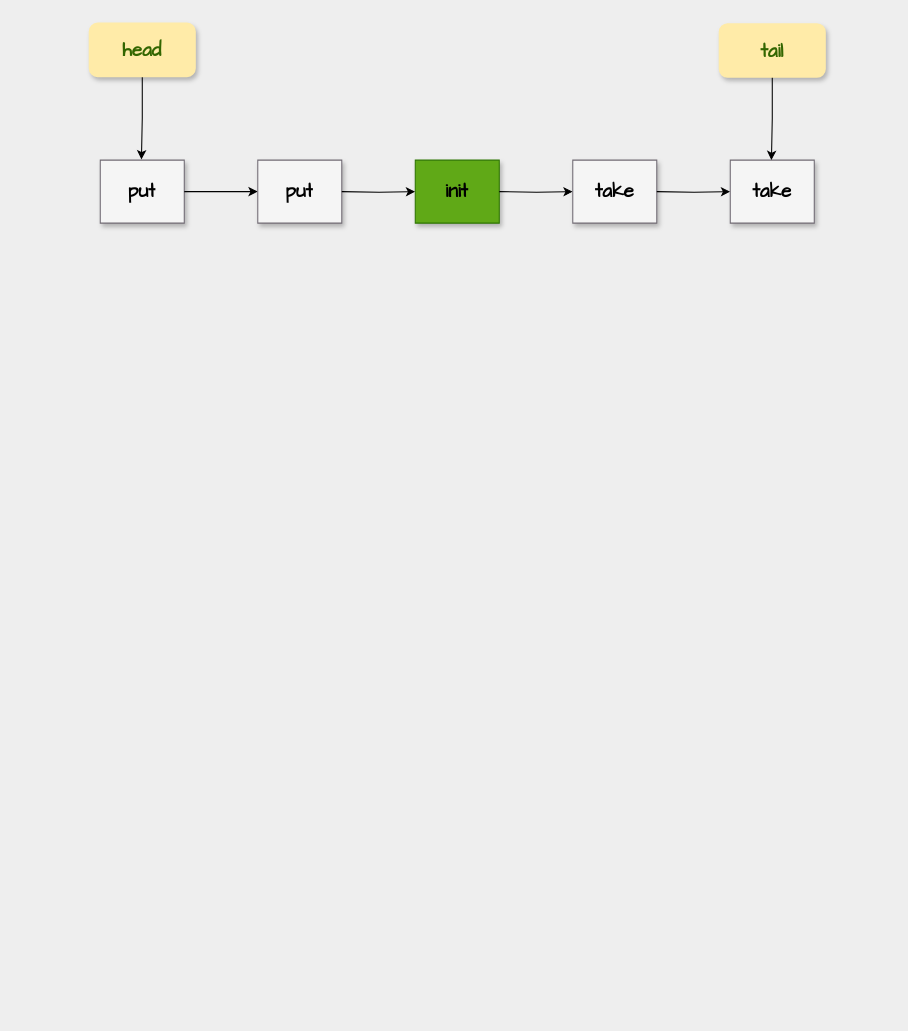
mydlxy/draw keeps this draw.io diagram as page "TransfererQueue-transfer-queue" (7 of 9) of thread/SynchronousQueue.drawio. Above is the earlier version. Source tidied: cells renumbered, new cells numbered last; positions are measured from the earlier drawing's top-left corner, leaving out a move shared by most shapes. Both pictures are drawn from the tidied source at 105%, with x=0, y=0 at pixel (89, 23).
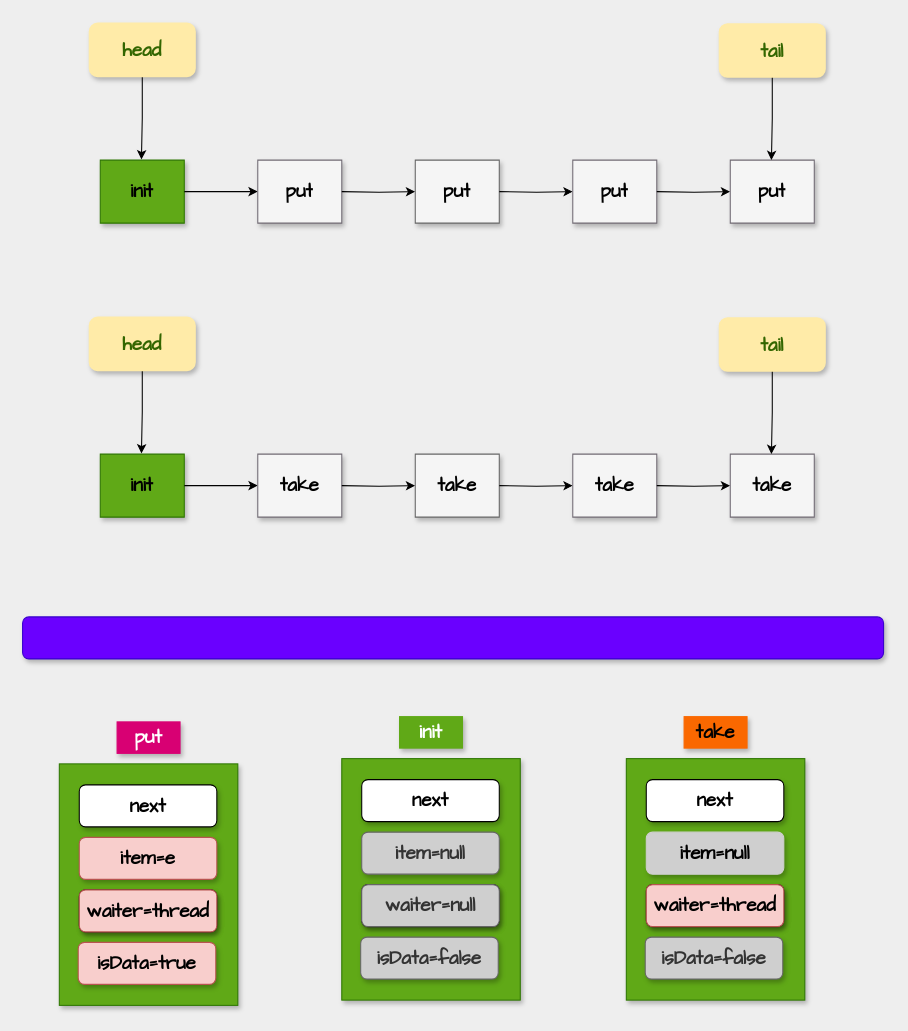
After the change.

The change refers to these unchanged cells:
```xml
<mxCell id="3" style="shape=tableRow;horizontal=0;startSize=0;swimlaneHead=0;swimlaneBody=0;top=0;left=0;bottom=0;right=0;fillColor=none;points=[[0,0.5],[1,0.5]];portConstraint=eastwest;strokeColor=#82B366;fontFamily=Comic Sans MS;fontSize=18;" parent="2" vertex="1">
  <mxGeometry width="80" height="60" as="geometry" />
</mxCell>
<mxCell id="11" style="shape=tableRow;horizontal=0;startSize=0;swimlaneHead=0;swimlaneBody=0;top=0;left=0;bottom=0;right=0;fillColor=none;points=[[0,0.5],[1,0.5]];portConstraint=eastwest;strokeColor=#82B366;fontFamily=Comic Sans MS;fontSize=18;" parent="10" vertex="1">
  <mxGeometry width="80" height="60" as="geometry" />
</mxCell>
<mxCell id="15" style="shape=tableRow;horizontal=0;startSize=0;swimlaneHead=0;swimlaneBody=0;top=0;left=0;bottom=0;right=0;fillColor=none;points=[[0,0.5],[1,0.5]];portConstraint=eastwest;strokeColor=#82B366;fontFamily=Comic Sans MS;fontSize=18;" parent="14" vertex="1">
  <mxGeometry width="80" height="60" as="geometry" />
</mxCell>
<mxCell id="19" style="shape=tableRow;horizontal=0;startSize=0;swimlaneHead=0;swimlaneBody=0;top=0;left=0;bottom=0;right=0;fillColor=none;points=[[0,0.5],[1,0.5]];portConstraint=eastwest;strokeColor=#82B366;fontFamily=Comic Sans MS;fontSize=18;" parent="18" vertex="1">
  <mxGeometry width="80" height="60" as="geometry" />
</mxCell>
```

What changed in the source:
```diff
@@
-    <mxCell id="2" style="shape=table;startSize=0;childLayout=tableLayout;strokeColor=#706A73;fontFamily=Comic Sans MS;fontSize=18;fillColor=#F5F5F5;shadow=1;fontColor=#333333;" parent="1" vertex="1">
+    <mxCell id="2" style="shape=table;startSize=0;childLayout=tableLayout;strokeColor=#2D7600;fontFamily=Comic Sans MS;fontSize=18;fillColor=#60a917;shadow=1;fontColor=#ffffff;" parent="1" vertex="1">
       <mxGeometry x="10" y="130" width="80" height="60" as="geometry" />
     </mxCell>
@@
-    <mxCell id="4" value="&lt;b&gt;put&lt;/b&gt;" style="shape=partialRectangle;html=1;whiteSpace=wrap;overflow=hidden;fillColor=none;top=0;left=0;bottom=0;right=0;strokeColor=#82B366;fontFamily=Comic Sans MS;fontSize=18;shadow=1;" parent="3" vertex="1">
+    <mxCell id="4" value="&lt;b&gt;init&lt;/b&gt;" style="shape=partialRectangle;html=1;whiteSpace=wrap;overflow=hidden;fillColor=none;top=0;left=0;bottom=0;right=0;strokeColor=#82B366;fontFamily=Comic Sans MS;fontSize=18;shadow=1;" parent="3" vertex="1">
       <mxGeometry width="80" height="60" as="geometry" />
     </mxCell>
@@
-    <mxCell id="10" style="shape=table;startSize=0;childLayout=tableLayout;strokeColor=#2D7600;fontFamily=Comic Sans MS;fontSize=18;fillColor=#60a917;shadow=1;fontColor=#ffffff;" parent="1" vertex="1">
+    <mxCell id="10" style="shape=table;startSize=0;childLayout=tableLayout;strokeColor=#666666;fontFamily=Comic Sans MS;fontSize=18;fillColor=#f5f5f5;shadow=1;fontColor=#333333;" parent="1" vertex="1">
       <mxGeometry x="310" y="130" width="80" height="60" as="geometry" />
     </mxCell>
@@
-    <mxCell id="12" value="&lt;b&gt;init&lt;/b&gt;" style="shape=partialRectangle;html=1;whiteSpace=wrap;overflow=hidden;fillColor=none;top=0;left=0;bottom=0;right=0;strokeColor=#82B366;fontFamily=Comic Sans MS;fontSize=18;shadow=1;" parent="11" vertex="1">
+    <mxCell id="12" value="&lt;b&gt;put&lt;/b&gt;" style="shape=partialRectangle;html=1;whiteSpace=wrap;overflow=hidden;fillColor=none;top=0;left=0;bottom=0;right=0;strokeColor=#82B366;fontFamily=Comic Sans MS;fontSize=18;shadow=1;" parent="11" vertex="1">
       <mxGeometry width="80" height="60" as="geometry" />
     </mxCell>
@@
-    <mxCell id="16" value="&lt;b&gt;take&lt;/b&gt;" style="shape=partialRectangle;html=1;whiteSpace=wrap;overflow=hidden;fillColor=none;top=0;left=0;bottom=0;right=0;strokeColor=#82B366;fontFamily=Comic Sans MS;fontSize=18;shadow=1;" parent="15" vertex="1">
+    <mxCell id="16" value="&lt;b&gt;put&lt;/b&gt;" style="shape=partialRectangle;html=1;whiteSpace=wrap;overflow=hidden;fillColor=none;top=0;left=0;bottom=0;right=0;strokeColor=#82B366;fontFamily=Comic Sans MS;fontSize=18;shadow=1;" parent="15" vertex="1">
       <mxGeometry width="80" height="60" as="geometry" />
     </mxCell>
@@
-    <mxCell id="20" value="&lt;b&gt;take&lt;/b&gt;" style="shape=partialRectangle;html=1;whiteSpace=wrap;overflow=hidden;fillColor=none;top=0;left=0;bottom=0;right=0;strokeColor=#82B366;fontFamily=Comic Sans MS;fontSize=18;shadow=1;" parent="19" vertex="1">
+    <mxCell id="20" value="&lt;b&gt;put&lt;/b&gt;" style="shape=partialRectangle;html=1;whiteSpace=wrap;overflow=hidden;fillColor=none;top=0;left=0;bottom=0;right=0;strokeColor=#82B366;fontFamily=Comic Sans MS;fontSize=18;shadow=1;" parent="19" vertex="1">
       <mxGeometry width="80" height="60" as="geometry" />
     </mxCell>
@@
+    <mxCell id="25" style="shape=table;startSize=0;childLayout=tableLayout;strokeColor=#2D7600;fontFamily=Comic Sans MS;fontSize=18;fillColor=#60a917;shadow=1;fontColor=#ffffff;" parent="1" vertex="1">
+      <mxGeometry x="10" y="410" width="80" height="60" as="geometry" />
+    </mxCell>
+    <mxCell id="26" style="shape=tableRow;horizontal=0;startSize=0;swimlaneHead=0;swimlaneBody=0;top=0;left=0;bottom=0;right=0;fillColor=none;points=[[0,0.5],[1,0.5]];portConstraint=eastwest;strokeColor=#82B366;fontFamily=Comic Sans MS;fontSize=18;" parent="25" vertex="1">
+      <mxGeometry width="80" height="60" as="geometry" />
+    </mxCell>
+    <mxCell id="27" value="&lt;b&gt;init&lt;/b&gt;" style="shape=partialRectangle;html=1;whiteSpace=wrap;overflow=hidden;fillColor=none;top=0;left=0;bottom=0;right=0;strokeColor=#82B366;fontFamily=Comic Sans MS;fontSize=18;shadow=1;" parent="26" vertex="1">
+      <mxGeometry width="80" height="60" as="geometry" />
+    </mxCell>
+    <mxCell id="28" style="edgeStyle=orthogonalEdgeStyle;rounded=0;jettySize=auto;html=1;fontFamily=Comic Sans MS;fontSize=18;entryX=0;entryY=0.5;entryDx=0;entryDy=0;" parent="1" edge="1" source="26" target="30">
+      <mxGeometry relative="1" as="geometry" />
+    </mxCell>
+    <mxCell id="29" style="shape=table;startSize=0;childLayout=tableLayout;strokeColor=#706A73;fontFamily=Comic Sans MS;fontSize=18;fillColor=#F5F5F5;shadow=1;fontColor=#333333;" parent="1" vertex="1">
+      <mxGeometry x="160" y="410" width="80" height="60" as="geometry" />
+    </mxCell>
+    <mxCell id="30" style="shape=tableRow;horizontal=0;startSize=0;swimlaneHead=0;swimlaneBody=0;top=0;left=0;bottom=0;right=0;fillColor=none;points=[[0,0.5],[1,0.5]];portConstraint=eastwest;strokeColor=#82B366;fontFamily=Comic Sans MS;fontSize=18;" parent="29" vertex="1">
+      <mxGeometry width="80" height="60" as="geometry" />
+    </mxCell>
+    <mxCell id="31" value="&lt;b&gt;take&lt;/b&gt;" style="shape=partialRectangle;html=1;whiteSpace=wrap;overflow=hidden;fillColor=none;top=0;left=0;bottom=0;right=0;strokeColor=#82B366;fontFamily=Comic Sans MS;fontSize=18;shadow=1;" parent="30" vertex="1">
+      <mxGeometry width="80" height="60" as="geometry" />
+    </mxCell>
+    <mxCell id="32" style="edgeStyle=orthogonalEdgeStyle;rounded=0;jettySize=auto;html=1;fontFamily=Comic Sans MS;fontSize=18;entryX=0;entryY=0.5;entryDx=0;entryDy=0;" parent="1" edge="1" target="34">
+      <mxGeometry relative="1" as="geometry">
+        <mxPoint x="240" y="440" as="sourcePoint" />
+      </mxGeometry>
+    </mxCell>
+    <mxCell id="33" style="shape=table;startSize=0;childLayout=tableLayout;strokeColor=#666666;fontFamily=Comic Sans MS;fontSize=18;fillColor=#f5f5f5;shadow=1;fontColor=#333333;" parent="1" vertex="1">
+      <mxGeometry x="310" y="410" width="80" height="60" as="geometry" />
+    </mxCell>
+    <mxCell id="34" style="shape=tableRow;horizontal=0;startSize=0;swimlaneHead=0;swimlaneBody=0;top=0;left=0;bottom=0;right=0;fillColor=none;points=[[0,0.5],[1,0.5]];portConstraint=eastwest;strokeColor=#82B366;fontFamily=Comic Sans MS;fontSize=18;" parent="33" vertex="1">
+      <mxGeometry width="80" height="60" as="geometry" />
+    </mxCell>
+    <mxCell id="35" value="&lt;b&gt;take&lt;/b&gt;" style="shape=partialRectangle;html=1;whiteSpace=wrap;overflow=hidden;fillColor=none;top=0;left=0;bottom=0;right=0;strokeColor=#82B366;fontFamily=Comic Sans MS;fontSize=18;shadow=1;" parent="34" vertex="1">
+      <mxGeometry width="80" height="60" as="geometry" />
+    </mxCell>
+    <mxCell id="36" style="edgeStyle=orthogonalEdgeStyle;rounded=0;jettySize=auto;html=1;fontFamily=Comic Sans MS;fontSize=18;entryX=0;entryY=0.5;entryDx=0;entryDy=0;" parent="1" edge="1" target="38">
+      <mxGeometry relative="1" as="geometry">
+        <mxPoint x="390" y="440" as="sourcePoint" />
+      </mxGeometry>
+    </mxCell>
+    <mxCell id="37" style="shape=table;startSize=0;childLayout=tableLayout;strokeColor=#706A73;fontFamily=Comic Sans MS;fontSize=18;fillColor=#F5F5F5;shadow=1;fontColor=#333333;" parent="1" vertex="1">
+      <mxGeometry x="460" y="410" width="80" height="60" as="geometry" />
+    </mxCell>
+    <mxCell id="38" style="shape=tableRow;horizontal=0;startSize=0;swimlaneHead=0;swimlaneBody=0;top=0;left=0;bottom=0;right=0;fillColor=none;points=[[0,0.5],[1,0.5]];portConstraint=eastwest;strokeColor=#82B366;fontFamily=Comic Sans MS;fontSize=18;" parent="37" vertex="1">
+      <mxGeometry width="80" height="60" as="geometry" />
+    </mxCell>
+    <mxCell id="39" value="&lt;b&gt;take&lt;/b&gt;" style="shape=partialRectangle;html=1;whiteSpace=wrap;overflow=hidden;fillColor=none;top=0;left=0;bottom=0;right=0;strokeColor=#82B366;fontFamily=Comic Sans MS;fontSize=18;shadow=1;" parent="38" vertex="1">
+      <mxGeometry width="80" height="60" as="geometry" />
+    </mxCell>
+    <mxCell id="40" style="edgeStyle=orthogonalEdgeStyle;rounded=0;jettySize=auto;html=1;fontFamily=Comic Sans MS;fontSize=18;entryX=0;entryY=0.5;entryDx=0;entryDy=0;" parent="1" edge="1" target="42">
+      <mxGeometry relative="1" as="geometry">
+        <mxPoint x="540" y="440" as="sourcePoint" />
+      </mxGeometry>
+    </mxCell>
+    <mxCell id="41" style="shape=table;startSize=0;childLayout=tableLayout;strokeColor=#706A73;fontFamily=Comic Sans MS;fontSize=18;fillColor=#F5F5F5;shadow=1;fontColor=#333333;" parent="1" vertex="1">
+      <mxGeometry x="610" y="410" width="80" height="60" as="geometry" />
+    </mxCell>
+    <mxCell id="42" style="shape=tableRow;horizontal=0;startSize=0;swimlaneHead=0;swimlaneBody=0;top=0;left=0;bottom=0;right=0;fillColor=none;points=[[0,0.5],[1,0.5]];portConstraint=eastwest;strokeColor=#82B366;fontFamily=Comic Sans MS;fontSize=18;" parent="41" vertex="1">
+      <mxGeometry width="80" height="60" as="geometry" />
+    </mxCell>
+    <mxCell id="43" value="&lt;b&gt;take&lt;/b&gt;" style="shape=partialRectangle;html=1;whiteSpace=wrap;overflow=hidden;fillColor=none;top=0;left=0;bottom=0;right=0;strokeColor=#82B366;fontFamily=Comic Sans MS;fontSize=18;shadow=1;" parent="42" vertex="1">
+      <mxGeometry width="80" height="60" as="geometry" />
+    </mxCell>
+    <mxCell id="44" style="edgeStyle=orthogonalEdgeStyle;rounded=0;jettySize=auto;html=1;entryX=0.49;entryY=-0.01;entryDx=0;entryDy=0;entryPerimeter=0;fontFamily=Comic Sans MS;fontSize=18;" parent="1" edge="1" source="45" target="26">
+      <mxGeometry relative="1" as="geometry" />
+    </mxCell>
+    <mxCell id="45" value="&lt;font color=&quot;#336600&quot;&gt;&lt;b&gt;head&lt;/b&gt;&lt;/font&gt;" style="text;html=1;strokeColor=#FFEBA8;fillColor=#FFEBA8;align=center;verticalAlign=middle;whiteSpace=wrap;rounded=1;shadow=1;strokeWidth=2;fontFamily=Comic Sans MS;fontSize=18;fontColor=#ffffff;" parent="1" vertex="1">
+      <mxGeometry y="280" width="100" height="50" as="geometry" />
+    </mxCell>
+    <mxCell id="46" style="edgeStyle=orthogonalEdgeStyle;rounded=0;jettySize=auto;html=1;entryX=0.49;entryY=-0.01;entryDx=0;entryDy=0;entryPerimeter=0;fontFamily=Comic Sans MS;fontSize=18;" parent="1" edge="1" source="47">
+      <mxGeometry relative="1" as="geometry">
+        <mxPoint x="649.2" y="410" as="targetPoint" />
+      </mxGeometry>
+    </mxCell>
+    <mxCell id="47" value="&lt;font color=&quot;#336600&quot;&gt;&lt;b&gt;tail&lt;/b&gt;&lt;/font&gt;" style="text;html=1;strokeColor=#FFEBA8;fillColor=#FFEBA8;align=center;verticalAlign=middle;whiteSpace=wrap;rounded=1;shadow=1;strokeWidth=2;fontFamily=Comic Sans MS;fontSize=18;fontColor=#ffffff;" parent="1" vertex="1">
+      <mxGeometry x="600" y="280.6" width="100" height="50" as="geometry" />
+    </mxCell>
+    <mxCell id="48" style="rounded=0;whiteSpace=wrap;html=1;shadow=1;fillColor=#60a917;fontColor=#ffffff;strokeColor=#2D7600;" parent="1" vertex="1">
+      <mxGeometry x="-29" y="705" width="170" height="230" as="geometry" />
+    </mxCell>
+    <mxCell id="49" value="&lt;font style=&quot;font-size: 18px;&quot; face=&quot;Comic Sans MS&quot;&gt;&lt;b&gt;put&lt;/b&gt;&lt;/font&gt;" style="text;html=1;strokeColor=#D80073;fillColor=#D80073;align=center;verticalAlign=middle;whiteSpace=wrap;rounded=0;shadow=1;fontColor=#ffffff;" parent="1" vertex="1">
+      <mxGeometry x="26" y="665" width="60" height="30" as="geometry" />
+    </mxCell>
+    <mxCell id="50" style="rounded=1;whiteSpace=wrap;html=1;shadow=1;fontFamily=Comic Sans MS;fontSize=18;fillColor=#6a00ff;fontColor=#ffffff;strokeColor=#3700CC;" parent="1" vertex="1">
+      <mxGeometry x="-64" y="565" width="820" height="40" as="geometry" />
+    </mxCell>
+    <mxCell id="51" value="&lt;b&gt;next&lt;/b&gt;" style="rounded=1;whiteSpace=wrap;html=1;shadow=1;fontFamily=Comic Sans MS;fontSize=18;fillColor=default;" parent="1" vertex="1">
+      <mxGeometry x="-10" y="725" width="131" height="40" as="geometry" />
+    </mxCell>
+    <mxCell id="52" value="&lt;b&gt;item=e&lt;/b&gt;" style="rounded=1;whiteSpace=wrap;html=1;shadow=1;fontFamily=Comic Sans MS;fontSize=18;fillColor=#f8cecc;strokeColor=#b85450;" parent="1" vertex="1">
+      <mxGeometry x="-10" y="775" width="131" height="40" as="geometry" />
+    </mxCell>
+    <mxCell id="53" style="rounded=1;whiteSpace=wrap;html=1;shadow=1;fontFamily=Comic Sans MS;fontSize=18;fillColor=default;" parent="1" vertex="1">
+      <mxGeometry x="-10" y="825" width="131" height="40" as="geometry" />
+    </mxCell>
+    <mxCell id="54" value="&lt;b&gt;waiter=thread&lt;/b&gt;" style="rounded=1;whiteSpace=wrap;html=1;shadow=1;fontFamily=Comic Sans MS;fontSize=18;fillColor=#f8cecc;strokeColor=#b85450;" parent="1" vertex="1">
+      <mxGeometry x="-10" y="825" width="131" height="40" as="geometry" />
+    </mxCell>
+    <mxCell id="55" value="&lt;b&gt;isData=true&lt;/b&gt;" style="rounded=1;whiteSpace=wrap;html=1;shadow=1;fontFamily=Comic Sans MS;fontSize=18;fillColor=#f8cecc;strokeColor=#b85450;" parent="1" vertex="1">
+      <mxGeometry x="-11" y="875" width="131" height="40" as="geometry" />
+    </mxCell>
+    <mxCell id="56" style="rounded=0;whiteSpace=wrap;html=1;shadow=1;fillColor=#60a917;fontColor=#ffffff;strokeColor=#2D7600;" parent="1" vertex="1">
+      <mxGeometry x="240" y="700" width="170" height="230" as="geometry" />
+    </mxCell>
+    <mxCell id="57" value="&lt;font style=&quot;font-size: 18px;&quot; face=&quot;Comic Sans MS&quot;&gt;&lt;b&gt;init&lt;/b&gt;&lt;/font&gt;" style="text;html=1;strokeColor=#60A917;fillColor=#60A917;align=center;verticalAlign=middle;whiteSpace=wrap;rounded=0;shadow=1;fontColor=#ffffff;" parent="1" vertex="1">
+      <mxGeometry x="295" y="660" width="60" height="30" as="geometry" />
+    </mxCell>
+    <mxCell id="58" value="&lt;b&gt;next&lt;/b&gt;" style="rounded=1;whiteSpace=wrap;html=1;shadow=1;fontFamily=Comic Sans MS;fontSize=18;fillColor=default;" parent="1" vertex="1">
+      <mxGeometry x="259" y="720" width="131" height="40" as="geometry" />
+    </mxCell>
+    <mxCell id="59" value="&lt;b&gt;item=null&lt;/b&gt;" style="rounded=1;whiteSpace=wrap;html=1;shadow=1;fontFamily=Comic Sans MS;fontSize=18;fillColor=#CFCFCF;fontColor=#333333;strokeColor=#666666;" parent="1" vertex="1">
+      <mxGeometry x="259" y="770" width="131" height="40" as="geometry" />
+    </mxCell>
+    <mxCell id="60" style="rounded=1;whiteSpace=wrap;html=1;shadow=1;fontFamily=Comic Sans MS;fontSize=18;fillColor=default;" parent="1" vertex="1">
+      <mxGeometry x="259" y="820" width="131" height="40" as="geometry" />
+    </mxCell>
+    <mxCell id="61" value="&lt;b&gt;waiter=null&lt;/b&gt;" style="rounded=1;whiteSpace=wrap;html=1;shadow=1;fontFamily=Comic Sans MS;fontSize=18;fillColor=#CFCFCF;fontColor=#333333;strokeColor=#666666;" parent="1" vertex="1">
+      <mxGeometry x="259" y="820" width="131" height="40" as="geometry" />
+    </mxCell>
+    <mxCell id="62" value="&lt;b&gt;isData=&lt;/b&gt;&lt;b&gt;false&lt;/b&gt;" style="rounded=1;whiteSpace=wrap;html=1;shadow=1;fontFamily=Comic Sans MS;fontSize=18;fillColor=#CFCFCF;strokeColor=#666666;fontColor=#333333;" parent="1" vertex="1">
+      <mxGeometry x="258" y="870" width="131" height="40" as="geometry" />
+    </mxCell>
+    <mxCell id="63" style="rounded=0;whiteSpace=wrap;html=1;shadow=1;fillColor=#60a917;fontColor=#ffffff;strokeColor=#2D7600;" parent="1" vertex="1">
+      <mxGeometry x="511" y="700" width="170" height="230" as="geometry" />
+    </mxCell>
+    <mxCell id="64" value="&lt;font style=&quot;font-size: 18px;&quot; face=&quot;Comic Sans MS&quot;&gt;&lt;b&gt;take&lt;/b&gt;&lt;/font&gt;" style="text;html=1;strokeColor=#FA6800;fillColor=#FA6800;align=center;verticalAlign=middle;whiteSpace=wrap;rounded=0;shadow=1;fontColor=#000000;" parent="1" vertex="1">
+      <mxGeometry x="566" y="660" width="60" height="30" as="geometry" />
+    </mxCell>
+    <mxCell id="65" value="&lt;b&gt;next&lt;/b&gt;" style="rounded=1;whiteSpace=wrap;html=1;shadow=1;fontFamily=Comic Sans MS;fontSize=18;fillColor=default;" parent="1" vertex="1">
+      <mxGeometry x="530" y="720" width="131" height="40" as="geometry" />
+    </mxCell>
+    <mxCell id="66" value="&lt;b&gt;&lt;font color=&quot;#000000&quot;&gt;item=null&lt;/font&gt;&lt;/b&gt;" style="rounded=1;whiteSpace=wrap;html=1;shadow=1;fontFamily=Comic Sans MS;fontSize=18;fillColor=#CFCFCF;fontColor=#ffffff;strokeColor=#CFCFCF;" parent="1" vertex="1">
+      <mxGeometry x="530" y="770" width="131" height="40" as="geometry" />
+    </mxCell>
+    <mxCell id="67" style="rounded=1;whiteSpace=wrap;html=1;shadow=1;fontFamily=Comic Sans MS;fontSize=18;fillColor=default;" parent="1" vertex="1">
+      <mxGeometry x="530" y="820" width="131" height="40" as="geometry" />
+    </mxCell>
+    <mxCell id="68" value="&lt;b&gt;waiter=thread&lt;/b&gt;" style="rounded=1;whiteSpace=wrap;html=1;shadow=1;fontFamily=Comic Sans MS;fontSize=18;fillColor=#f8cecc;strokeColor=#b85450;" parent="1" vertex="1">
+      <mxGeometry x="530" y="820" width="131" height="40" as="geometry" />
+    </mxCell>
+    <mxCell id="69" value="&lt;b&gt;isData=&lt;/b&gt;&lt;b&gt;false&lt;/b&gt;" style="rounded=1;whiteSpace=wrap;html=1;shadow=1;fontFamily=Comic Sans MS;fontSize=18;fillColor=#CFCFCF;fontColor=#333333;strokeColor=#666666;" parent="1" vertex="1">
+      <mxGeometry x="529" y="870" width="131" height="40" as="geometry" />
+    </mxCell>
```
